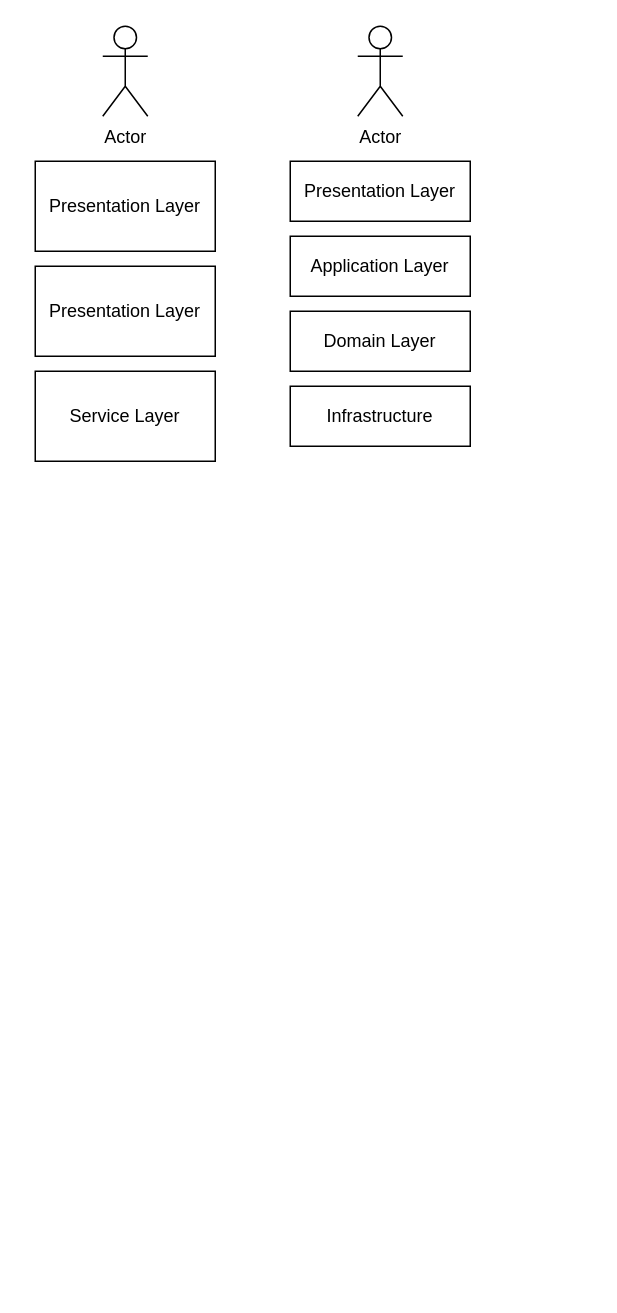
Above: 블로그 참고.drawio in corns90/drawio (draw.io), before the change. Source tidied: cells renumbered, new cells numbered last; positions are measured from the earlier drawing's top-left corner, leaving out a move shared by most shapes. Both pictures are drawn from the tidied source at 150%, with x=0, y=0 at pixel (34, 26).
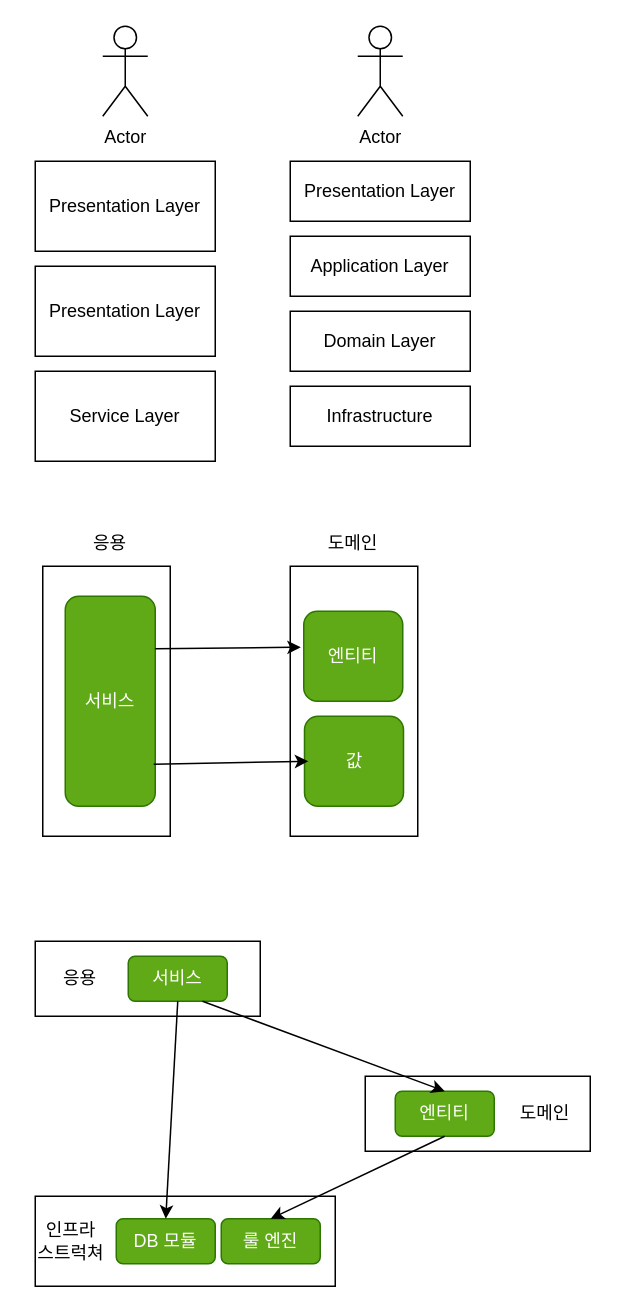
Above is the later version.

Diff of the diagram source:
```diff
@@
+    <mxCell id="11" style="rounded=0;whiteSpace=wrap;html=1;" parent="1" vertex="1">
+      <mxGeometry x="5" y="360" width="85" height="180" as="geometry" />
+    </mxCell>
+    <mxCell id="12" style="rounded=0;whiteSpace=wrap;html=1;" parent="1" vertex="1">
+      <mxGeometry x="170" y="360" width="85" height="180" as="geometry" />
+    </mxCell>
+    <mxCell id="13" value="서비스" style="rounded=1;whiteSpace=wrap;html=1;fillColor=#60a917;fontColor=#ffffff;strokeColor=#2D7600;" parent="1" vertex="1">
+      <mxGeometry x="20" y="380" width="60" height="140" as="geometry" />
+    </mxCell>
+    <mxCell id="14" value="엔티티" style="rounded=1;whiteSpace=wrap;html=1;fillColor=#60a917;fontColor=#ffffff;strokeColor=#2D7600;" parent="1" vertex="1">
+      <mxGeometry x="179" y="390" width="66" height="60" as="geometry" />
+    </mxCell>
+    <mxCell id="15" value="값" style="rounded=1;whiteSpace=wrap;html=1;fillColor=#60a917;fontColor=#ffffff;strokeColor=#2D7600;" parent="1" vertex="1">
+      <mxGeometry x="179.5" y="460" width="66" height="60" as="geometry" />
+    </mxCell>
+    <mxCell id="16" value="응용" style="text;html=1;strokeColor=none;fillColor=none;align=center;verticalAlign=middle;whiteSpace=wrap;rounded=0;" parent="1" vertex="1">
+      <mxGeometry x="20" y="330" width="60" height="30" as="geometry" />
+    </mxCell>
+    <mxCell id="17" value="도메인" style="text;html=1;strokeColor=none;fillColor=none;align=center;verticalAlign=middle;whiteSpace=wrap;rounded=0;" parent="1" vertex="1">
+      <mxGeometry x="182" y="330" width="60" height="30" as="geometry" />
+    </mxCell>
+    <mxCell id="18" style="endArrow=classic;html=1;rounded=0;exitX=1;exitY=0.25;exitDx=0;exitDy=0;entryX=-0.03;entryY=0.4;entryDx=0;entryDy=0;entryPerimeter=0;" parent="1" edge="1" source="13" target="14">
+      <mxGeometry relative="1" as="geometry" />
+    </mxCell>
+    <mxCell id="19" style="endArrow=classic;html=1;rounded=0;exitX=0.983;exitY=0.8;exitDx=0;exitDy=0;entryX=-0.03;entryY=0.4;entryDx=0;entryDy=0;entryPerimeter=0;exitPerimeter=0;" parent="1" edge="1" source="13">
+      <mxGeometry relative="1" as="geometry">
+        <mxPoint x="182" y="490" as="targetPoint" />
+      </mxGeometry>
+    </mxCell>
+    <mxCell id="20" style="rounded=0;whiteSpace=wrap;html=1;" parent="1" vertex="1">
+      <mxGeometry y="610" width="150" height="50" as="geometry" />
+    </mxCell>
+    <mxCell id="21" style="rounded=0;whiteSpace=wrap;html=1;" parent="1" vertex="1">
+      <mxGeometry x="220" y="700" width="150" height="50" as="geometry" />
+    </mxCell>
+    <mxCell id="22" style="rounded=0;whiteSpace=wrap;html=1;" parent="1" vertex="1">
+      <mxGeometry y="780" width="200" height="60" as="geometry" />
+    </mxCell>
+    <mxCell id="23" value="서비스" style="rounded=1;whiteSpace=wrap;html=1;fillColor=#60a917;fontColor=#ffffff;strokeColor=#2D7600;" parent="1" vertex="1">
+      <mxGeometry x="62" y="620" width="66" height="30" as="geometry" />
+    </mxCell>
+    <mxCell id="24" value="엔티티" style="rounded=1;whiteSpace=wrap;html=1;fillColor=#60a917;fontColor=#ffffff;strokeColor=#2D7600;" parent="1" vertex="1">
+      <mxGeometry x="240" y="710" width="66" height="30" as="geometry" />
+    </mxCell>
+    <mxCell id="25" value="DB 모듈" style="rounded=1;whiteSpace=wrap;html=1;fillColor=#60a917;fontColor=#ffffff;strokeColor=#2D7600;" parent="1" vertex="1">
+      <mxGeometry x="54" y="795" width="66" height="30" as="geometry" />
+    </mxCell>
+    <mxCell id="26" value="룰 엔진" style="rounded=1;whiteSpace=wrap;html=1;fillColor=#60a917;fontColor=#ffffff;strokeColor=#2D7600;" parent="1" vertex="1">
+      <mxGeometry x="124" y="795" width="66" height="30" as="geometry" />
+    </mxCell>
+    <mxCell id="27" value="응용" style="text;html=1;strokeColor=none;fillColor=none;align=center;verticalAlign=middle;whiteSpace=wrap;rounded=0;" parent="1" vertex="1">
+      <mxGeometry y="620" width="60" height="30" as="geometry" />
+    </mxCell>
+    <mxCell id="28" value="도메인" style="text;html=1;strokeColor=none;fillColor=none;align=center;verticalAlign=middle;whiteSpace=wrap;rounded=0;" parent="1" vertex="1">
+      <mxGeometry x="310" y="710" width="60" height="30" as="geometry" />
+    </mxCell>
+    <mxCell id="29" value="인프라&lt;br&gt;스트럭쳐" style="text;html=1;strokeColor=none;fillColor=none;align=center;verticalAlign=middle;whiteSpace=wrap;rounded=0;" parent="1" vertex="1">
+      <mxGeometry x="-6" y="795" width="60" height="30" as="geometry" />
+    </mxCell>
+    <mxCell id="30" style="endArrow=classic;html=1;rounded=0;entryX=0.5;entryY=0;entryDx=0;entryDy=0;exitX=0.5;exitY=1;exitDx=0;exitDy=0;" parent="1" edge="1" source="23" target="25">
+      <mxGeometry relative="1" as="geometry" />
+    </mxCell>
+    <mxCell id="31" style="endArrow=classic;html=1;rounded=0;entryX=0.5;entryY=0;entryDx=0;entryDy=0;exitX=0.75;exitY=1;exitDx=0;exitDy=0;" parent="1" edge="1" source="23" target="24">
+      <mxGeometry relative="1" as="geometry" />
+    </mxCell>
+    <mxCell id="32" style="endArrow=classic;html=1;rounded=0;entryX=0.5;entryY=0;entryDx=0;entryDy=0;exitX=0.5;exitY=1;exitDx=0;exitDy=0;" parent="1" edge="1" source="24" target="26">
+      <mxGeometry relative="1" as="geometry" />
+    </mxCell>
```
